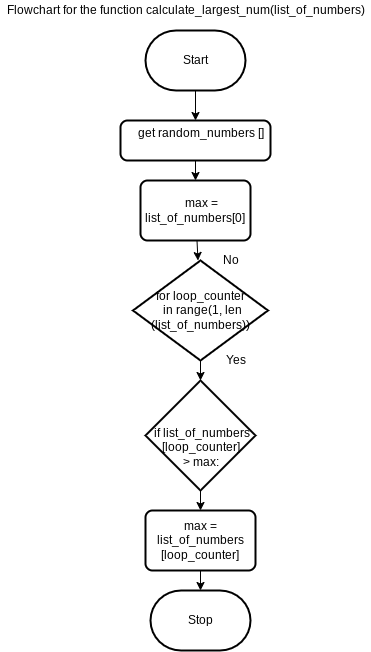
Before: design/flowchart.png, a diagram exported from draw.io (Johanna-liu16/ICS3U-Unit-6-02-python). Source tidied: cells renumbered, new cells last; positions are measured from the earlier drawing's top-left corner, leaving out a move shared by most shapes. The source it was exported from:
```xml
<mxGraphModel>
  <root>
    <mxCell id="0" />
    <mxCell id="1" parent="0" />
    <mxCell id="2" style="edgeStyle=none;html=1;" parent="1" edge="1" source="3" target="8">
      <mxGeometry relative="1" as="geometry" />
    </mxCell>
    <mxCell id="3" value="Start" style="strokeWidth=2;html=1;shape=mxgraph.flowchart.terminator;whiteSpace=wrap;" parent="1" vertex="1">
      <mxGeometry x="145" y="30" width="100" height="60" as="geometry" />
    </mxCell>
    <mxCell id="4" value="Stop" style="strokeWidth=2;html=1;shape=mxgraph.flowchart.terminator;whiteSpace=wrap;" parent="1" vertex="1">
      <mxGeometry x="150" y="590" width="100" height="60" as="geometry" />
    </mxCell>
    <mxCell id="5" style="edgeStyle=none;html=1;" parent="1" edge="1" target="12">
      <mxGeometry relative="1" as="geometry">
        <mxPoint x="200" y="310" as="sourcePoint" />
      </mxGeometry>
    </mxCell>
    <mxCell id="6" value="&lt;div&gt;for loop_counter&lt;/div&gt;&lt;div&gt;&amp;nbsp;in range(1, len&lt;/div&gt;&lt;div&gt;(list_of_numbers))&lt;br&gt;&lt;/div&gt;" style="strokeWidth=2;html=1;shape=mxgraph.flowchart.decision;whiteSpace=wrap;verticalAlign=middle;" parent="1" vertex="1">
      <mxGeometry x="132.5" y="260" width="135" height="100" as="geometry" />
    </mxCell>
    <mxCell id="7" style="edgeStyle=none;html=1;entryX=0.5;entryY=0;entryDx=0;entryDy=0;" parent="1" edge="1" source="8" target="14">
      <mxGeometry relative="1" as="geometry" />
    </mxCell>
    <mxCell id="8" value="&lt;div&gt;&amp;nbsp; &amp;nbsp; get random_numbers []&lt;/div&gt;&lt;div&gt;&lt;br&gt;&lt;/div&gt;" style="rounded=1;whiteSpace=wrap;html=1;absoluteArcSize=1;arcSize=14;strokeWidth=2;" parent="1" vertex="1">
      <mxGeometry x="120" y="120" width="150" height="40" as="geometry" />
    </mxCell>
    <mxCell id="9" value="Yes" style="text;html=1;align=center;verticalAlign=middle;strokeColor=none;fillColor=none;" parent="1" vertex="1">
      <mxGeometry x="215" y="350" width="40" height="20" as="geometry" />
    </mxCell>
    <mxCell id="10" value="No" style="text;html=1;align=center;verticalAlign=middle;strokeColor=none;fillColor=none;" parent="1" vertex="1">
      <mxGeometry x="215" y="250" width="30" height="20" as="geometry" />
    </mxCell>
    <mxCell id="11" style="edgeStyle=none;html=1;entryX=0.5;entryY=0;entryDx=0;entryDy=0;" parent="1" edge="1" source="12" target="16">
      <mxGeometry relative="1" as="geometry" />
    </mxCell>
    <mxCell id="12" value="&amp;nbsp;if list_of_numbers&lt;br&gt;[loop_counter] &lt;br&gt;&amp;gt; max:" style="strokeWidth=2;html=1;shape=mxgraph.flowchart.decision;spacingTop=23;" parent="1" vertex="1">
      <mxGeometry x="145" y="380" width="110" height="110" as="geometry" />
    </mxCell>
    <mxCell id="13" style="edgeStyle=none;html=1;" parent="1" edge="1" source="14" target="6">
      <mxGeometry relative="1" as="geometry" />
    </mxCell>
    <mxCell id="14" value="&amp;nbsp; &amp;nbsp; max = list_of_numbers[0]" style="rounded=1;whiteSpace=wrap;html=1;absoluteArcSize=1;arcSize=14;strokeWidth=2;" parent="1" vertex="1">
      <mxGeometry x="140" y="180" width="110" height="60" as="geometry" />
    </mxCell>
    <mxCell id="15" style="edgeStyle=none;html=1;entryX=0.5;entryY=0;entryDx=0;entryDy=0;entryPerimeter=0;" parent="1" edge="1" source="16" target="4">
      <mxGeometry relative="1" as="geometry" />
    </mxCell>
    <mxCell id="16" value="max = list_of_numbers&lt;br&gt;[loop_counter]" style="rounded=1;whiteSpace=wrap;html=1;absoluteArcSize=1;arcSize=14;strokeWidth=2;" parent="1" vertex="1">
      <mxGeometry x="145" y="510" width="110" height="60" as="geometry" />
    </mxCell>
    <mxCell id="17" value="Flowchart for the function&amp;nbsp;calculate_largest_num(list_of_numbers)" style="text;html=1;align=center;verticalAlign=middle;strokeColor=none;fillColor=none;" parent="1" vertex="1">
      <mxGeometry width="370" height="20" as="geometry" />
    </mxCell>
  </root>
</mxGraphModel>
```
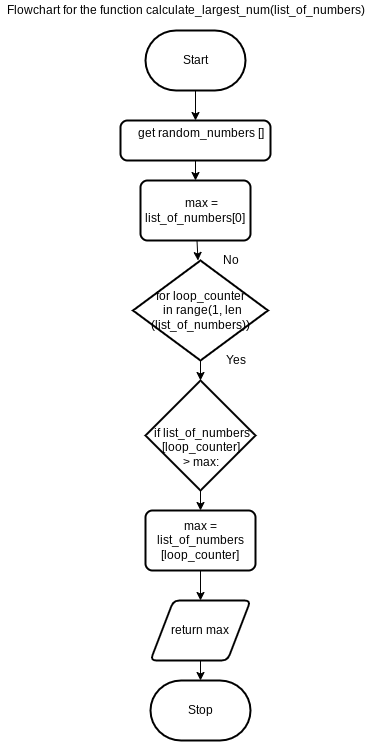
Later version of the same file.

The edit, as a diff of the source:
```diff
@@ -9,7 +9,7 @@
       <mxGeometry x="145" y="30" width="100" height="60" as="geometry" />
     </mxCell>
     <mxCell id="4" value="Stop" style="strokeWidth=2;html=1;shape=mxgraph.flowchart.terminator;whiteSpace=wrap;" parent="1" vertex="1">
-      <mxGeometry x="150" y="590" width="100" height="60" as="geometry" />
+      <mxGeometry x="150" y="680" width="100" height="60" as="geometry" />
     </mxCell>
     <mxCell id="5" style="edgeStyle=none;html=1;" parent="1" edge="1" target="12">
       <mxGeometry relative="1" as="geometry">
@@ -43,14 +43,20 @@
     <mxCell id="14" value="&amp;nbsp; &amp;nbsp; max = list_of_numbers[0]" style="rounded=1;whiteSpace=wrap;html=1;absoluteArcSize=1;arcSize=14;strokeWidth=2;" parent="1" vertex="1">
       <mxGeometry x="140" y="180" width="110" height="60" as="geometry" />
     </mxCell>
-    <mxCell id="15" style="edgeStyle=none;html=1;entryX=0.5;entryY=0;entryDx=0;entryDy=0;entryPerimeter=0;" parent="1" edge="1" source="16" target="4">
-      <mxGeometry relative="1" as="geometry" />
-    </mxCell>
+    <mxCell id="18" style="edgeStyle=none;html=1;entryX=0.5;entryY=0;entryDx=0;entryDy=0;" parent="1" edge="1" source="16" target="20">
+      <mxGeometry relative="1" as="geometry" />
+    </mxCell>
     <mxCell id="16" value="max = list_of_numbers&lt;br&gt;[loop_counter]" style="rounded=1;whiteSpace=wrap;html=1;absoluteArcSize=1;arcSize=14;strokeWidth=2;" parent="1" vertex="1">
       <mxGeometry x="145" y="510" width="110" height="60" as="geometry" />
     </mxCell>
     <mxCell id="17" value="Flowchart for the function&amp;nbsp;calculate_largest_num(list_of_numbers)" style="text;html=1;align=center;verticalAlign=middle;strokeColor=none;fillColor=none;" parent="1" vertex="1">
       <mxGeometry width="370" height="20" as="geometry" />
     </mxCell>
+    <mxCell id="19" style="edgeStyle=none;html=1;entryX=0.5;entryY=0;entryDx=0;entryDy=0;entryPerimeter=0;" parent="1" edge="1" source="20" target="4">
+      <mxGeometry relative="1" as="geometry" />
+    </mxCell>
+    <mxCell id="20" value="return max" style="shape=parallelogram;html=1;strokeWidth=2;perimeter=parallelogramPerimeter;whiteSpace=wrap;rounded=1;arcSize=12;size=0.23;" parent="1" vertex="1">
+      <mxGeometry x="150" y="600" width="100" height="60" as="geometry" />
+    </mxCell>
   </root>
 </mxGraphModel>
```
